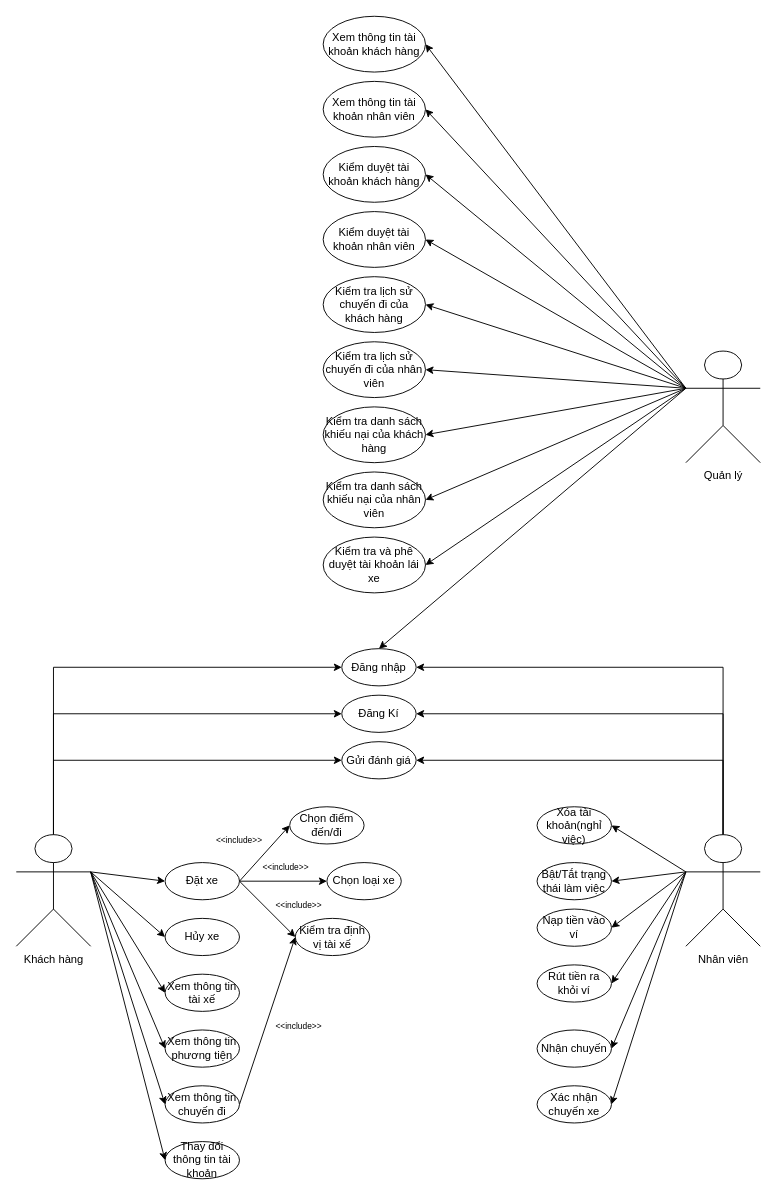
anson66/a0-tutorial keeps this draw.io diagram as Biểu đồ không có tiêu đề.drawio. Above is the earlier version. Source tidied: cells renumbered, new cells numbered last; positions are measured from the earlier drawing's top-left corner, leaving out a move shared by most shapes. Both pictures are drawn from the tidied source at 93%, with x=0, y=0 at pixel (16, 16).
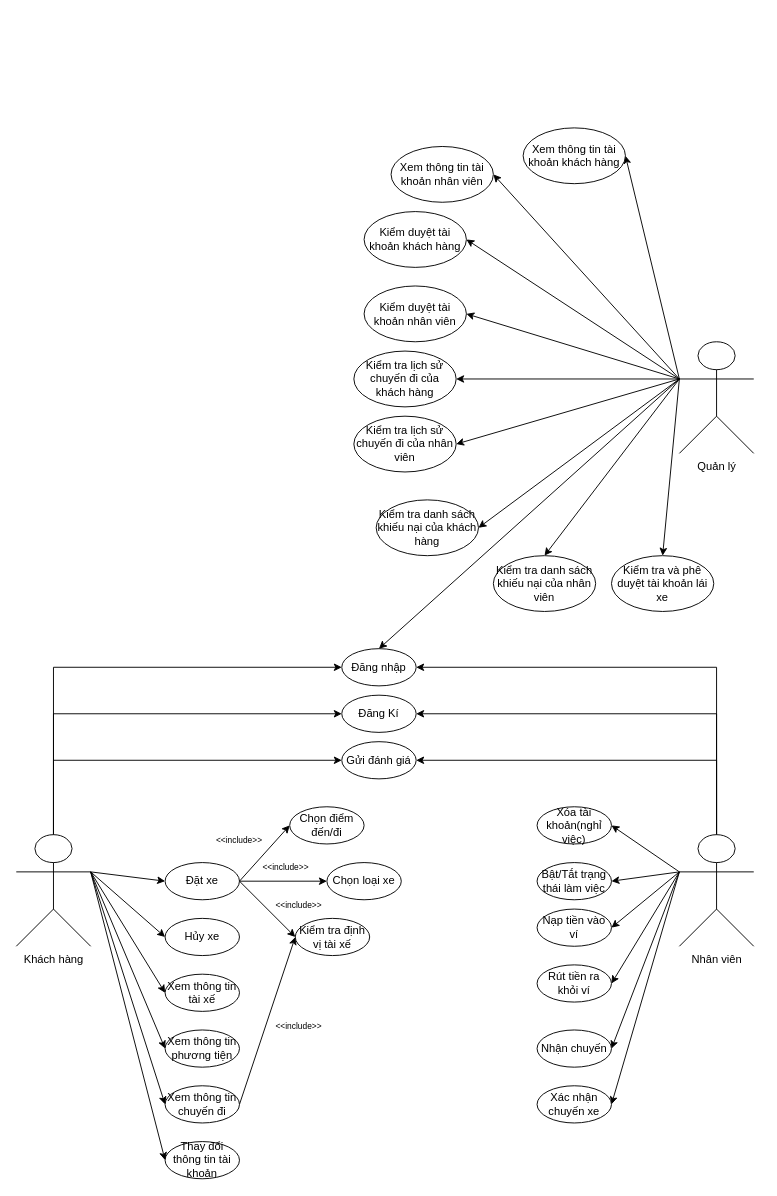
The same diagram, later.

Commit message (it also covers changes not shown here):
Biểu đồ Use-case

Diff of the diagram source:
```diff
@@
     <mxCell id="31" value="Nhân viên" style="shape=umlActor;verticalLabelPosition=bottom;verticalAlign=top;html=1;outlineConnect=0;" parent="1" vertex="1">
-      <mxGeometry x="720" y="880" width="80" height="120" as="geometry" />
+      <mxGeometry x="713" y="880" width="80" height="120" as="geometry" />
     </mxCell>
@@
+    <mxCell id="60" style="edgeStyle=none;rounded=0;jettySize=auto;html=1;exitX=0;exitY=0.3333333333333333;exitDx=0;exitDy=0;exitPerimeter=0;entryX=0.5;entryY=0;entryDx=0;entryDy=0;" parent="1" edge="1" source="61" target="69">
+      <mxGeometry relative="1" as="geometry" />
+    </mxCell>
-    <mxCell id="59" style="edgeStyle=none;rounded=0;jettySize=auto;html=1;exitX=0;exitY=0.3333333333333333;exitDx=0;exitDy=0;exitPerimeter=0;entryX=1;entryY=0.5;entryDx=0;entryDy=0;" parent="1" edge="1" source="61" target="70">
+    <mxCell id="59" style="edgeStyle=none;rounded=0;jettySize=auto;html=1;exitX=0;exitY=0.3333333333333333;exitDx=0;exitDy=0;exitPerimeter=0;entryX=0.5;entryY=0;entryDx=0;entryDy=0;" parent="1" edge="1" source="61" target="70">
       <mxGeometry relative="1" as="geometry" />
     </mxCell>
-    <mxCell id="60" style="edgeStyle=none;rounded=0;jettySize=auto;html=1;exitX=0;exitY=0.3333333333333333;exitDx=0;exitDy=0;exitPerimeter=0;entryX=1;entryY=0.5;entryDx=0;entryDy=0;" parent="1" edge="1" source="61" target="69">
-      <mxGeometry relative="1" as="geometry" />
-    </mxCell>
     <mxCell id="61" value="Quản lý" style="shape=umlActor;verticalLabelPosition=bottom;verticalAlign=top;html=1;outlineConnect=0;" parent="1" vertex="1">
-      <mxGeometry x="720" y="360" width="80" height="120" as="geometry" />
+      <mxGeometry x="713" y="350" width="80" height="120" as="geometry" />
     </mxCell>
     <mxCell id="62" value="Xem thông tin tài khoản khách hàng" style="ellipse;whiteSpace=wrap;html=1;" parent="1" vertex="1">
-      <mxGeometry x="330" width="110" height="60" as="geometry" />
+      <mxGeometry x="545" y="120" width="110" height="60" as="geometry" />
     </mxCell>
     <mxCell id="63" value="Kiểm tra lịch sử chuyến đi của khách hàng" style="ellipse;whiteSpace=wrap;html=1;" parent="1" vertex="1">
-      <mxGeometry x="330" y="280" width="110" height="60" as="geometry" />
+      <mxGeometry x="363" y="360" width="110" height="60" as="geometry" />
     </mxCell>
     <mxCell id="64" value="Kiểm duyệt tài khoản khách hàng" style="ellipse;whiteSpace=wrap;html=1;" parent="1" vertex="1">
-      <mxGeometry x="330" y="140" width="110" height="60" as="geometry" />
+      <mxGeometry x="374" y="210" width="110" height="60" as="geometry" />
     </mxCell>
     <mxCell id="65" value="Kiểm tra danh sách khiếu nại của khách hàng" style="ellipse;whiteSpace=wrap;html=1;" parent="1" vertex="1">
-      <mxGeometry x="330" y="420" width="110" height="60" as="geometry" />
+      <mxGeometry x="387" y="520" width="110" height="60" as="geometry" />
     </mxCell>
     <mxCell id="66" value="Xem thông tin tài khoản nhân viên" style="ellipse;whiteSpace=wrap;html=1;" parent="1" vertex="1">
-      <mxGeometry x="330" y="70" width="110" height="60" as="geometry" />
+      <mxGeometry x="403" y="140" width="110" height="60" as="geometry" />
     </mxCell>
     <mxCell id="67" value="Kiểm tra lịch sử chuyến đi của nhân viên" style="ellipse;whiteSpace=wrap;html=1;" parent="1" vertex="1">
-      <mxGeometry x="330" y="350" width="110" height="60" as="geometry" />
+      <mxGeometry x="363" y="430" width="110" height="60" as="geometry" />
     </mxCell>
     <mxCell id="68" value="Kiểm duyệt tài khoản nhân viên" style="ellipse;whiteSpace=wrap;html=1;" parent="1" vertex="1">
-      <mxGeometry x="330" y="210" width="110" height="60" as="geometry" />
+      <mxGeometry x="374" y="290" width="110" height="60" as="geometry" />
     </mxCell>
     <mxCell id="69" value="Kiểm tra và phê duyệt tài khoản lái xe" style="ellipse;whiteSpace=wrap;html=1;" parent="1" vertex="1">
-      <mxGeometry x="330" y="560" width="110" height="60" as="geometry" />
+      <mxGeometry x="640" y="580" width="110" height="60" as="geometry" />
     </mxCell>
     <mxCell id="70" value="Kiểm tra danh sách khiếu nại của nhân viên" style="ellipse;whiteSpace=wrap;html=1;" parent="1" vertex="1">
-      <mxGeometry x="330" y="490" width="110" height="60" as="geometry" />
+      <mxGeometry x="513" y="580" width="110" height="60" as="geometry" />
     </mxCell>
```
